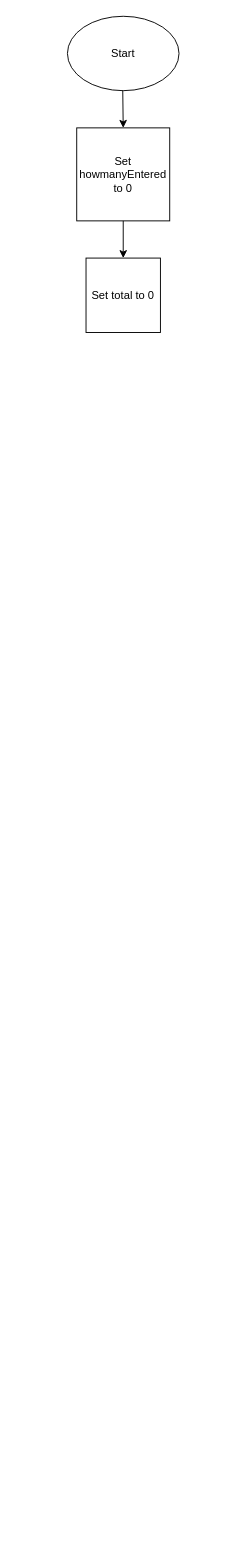
Above: Untitled Diagram.drawio in tcorcoran19/CS-104-01 (draw.io), before the change. Source tidied: cells renumbered, new cells numbered last; positions are measured from the earlier drawing's top-left corner, leaving out a move shared by most shapes. Both pictures are drawn from the tidied source at 93%, with x=0, y=0 at pixel (67, 16).
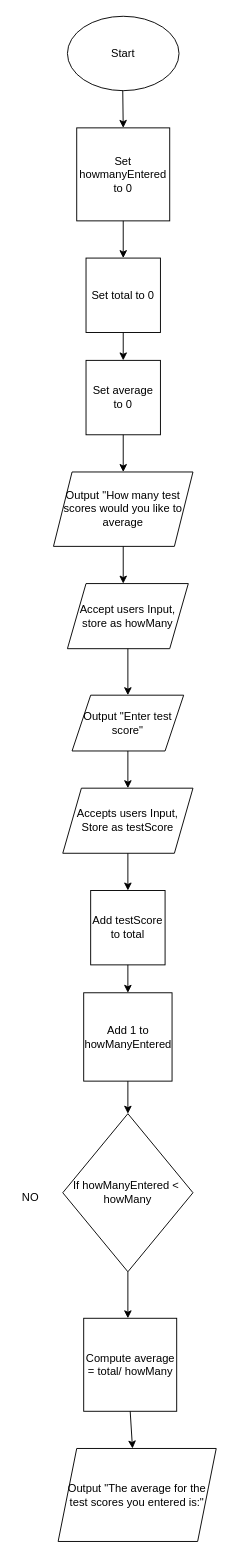
After the change.

The change refers to these unchanged cells:
```xml
<mxCell id="6" value="Set total to 0" style="whiteSpace=wrap;html=1;" parent="1" vertex="1">
  <mxGeometry x="20" y="260" width="80" height="80" as="geometry" />
</mxCell>
```

The edit, as a diff of the source:
```diff
@@
+    <mxCell id="7" style="endArrow=classic;html=1;exitX=0.5;exitY=1;exitDx=0;exitDy=0;" parent="1" edge="1" source="6">
+      <mxGeometry relative="1" as="geometry">
+        <mxPoint x="60" y="370" as="targetPoint" />
+      </mxGeometry>
+    </mxCell>
+    <mxCell id="8" value="Set average to 0" style="whiteSpace=wrap;html=1;" parent="1" vertex="1">
+      <mxGeometry x="20" y="370" width="80" height="80" as="geometry" />
+    </mxCell>
+    <mxCell id="9" style="endArrow=classic;html=1;exitX=0.5;exitY=1;exitDx=0;exitDy=0;" parent="1" edge="1" source="8">
+      <mxGeometry relative="1" as="geometry">
+        <mxPoint x="60" y="490" as="targetPoint" />
+      </mxGeometry>
+    </mxCell>
+    <mxCell id="10" value="Output &quot;How many test scores would you like to average" style="shape=parallelogram;perimeter=parallelogramPerimeter;whiteSpace=wrap;html=1;fixedSize=1;" parent="1" vertex="1">
+      <mxGeometry x="-15" y="490" width="150" height="80" as="geometry" />
+    </mxCell>
+    <mxCell id="11" style="endArrow=classic;html=1;exitX=0.5;exitY=1;exitDx=0;exitDy=0;" parent="1" edge="1" source="10">
+      <mxGeometry relative="1" as="geometry">
+        <mxPoint x="60" y="610" as="targetPoint" />
+      </mxGeometry>
+    </mxCell>
+    <mxCell id="12" value="Accept users Input, store as howMany" style="shape=parallelogram;perimeter=parallelogramPerimeter;whiteSpace=wrap;html=1;fixedSize=1;" parent="1" vertex="1">
+      <mxGeometry y="610" width="130" height="70" as="geometry" />
+    </mxCell>
+    <mxCell id="13" style="endArrow=classic;html=1;exitX=0.5;exitY=1;exitDx=0;exitDy=0;" parent="1" edge="1" source="12">
+      <mxGeometry relative="1" as="geometry">
+        <mxPoint x="65" y="730" as="targetPoint" />
+      </mxGeometry>
+    </mxCell>
+    <mxCell id="14" value="Output &quot;Enter test score&quot;" style="shape=parallelogram;perimeter=parallelogramPerimeter;whiteSpace=wrap;html=1;fixedSize=1;" parent="1" vertex="1">
+      <mxGeometry x="5" y="730" width="120" height="60" as="geometry" />
+    </mxCell>
+    <mxCell id="15" style="endArrow=classic;html=1;exitX=0.5;exitY=1;exitDx=0;exitDy=0;" parent="1" edge="1" source="14">
+      <mxGeometry relative="1" as="geometry">
+        <mxPoint x="65" y="830" as="targetPoint" />
+      </mxGeometry>
+    </mxCell>
+    <mxCell id="16" value="Accepts users Input, Store as testScore" style="shape=parallelogram;perimeter=parallelogramPerimeter;whiteSpace=wrap;html=1;fixedSize=1;" parent="1" vertex="1">
+      <mxGeometry x="-5" y="830" width="140" height="70" as="geometry" />
+    </mxCell>
+    <mxCell id="17" value="Add testScore to total" style="whiteSpace=wrap;html=1;" parent="1" vertex="1">
+      <mxGeometry x="25" y="940" width="80" height="80" as="geometry" />
+    </mxCell>
+    <mxCell id="18" style="endArrow=classic;html=1;exitX=0.5;exitY=1;exitDx=0;exitDy=0;entryX=0.5;entryY=0;entryDx=0;entryDy=0;" parent="1" edge="1" source="16" target="17">
+      <mxGeometry relative="1" as="geometry" />
+    </mxCell>
+    <mxCell id="19" style="endArrow=classic;html=1;exitX=0.5;exitY=1;exitDx=0;exitDy=0;" parent="1" edge="1" source="17">
+      <mxGeometry relative="1" as="geometry">
+        <mxPoint x="65" y="1050" as="targetPoint" />
+      </mxGeometry>
+    </mxCell>
+    <mxCell id="20" value="Add 1 to howManyEntered" style="whiteSpace=wrap;html=1;" parent="1" vertex="1">
+      <mxGeometry x="17.5" y="1050" width="95" height="95" as="geometry" />
+    </mxCell>
+    <mxCell id="21" style="endArrow=classic;html=1;exitX=0.5;exitY=1;exitDx=0;exitDy=0;" parent="1" edge="1" source="20">
+      <mxGeometry relative="1" as="geometry">
+        <mxPoint x="65" y="1180" as="targetPoint" />
+      </mxGeometry>
+    </mxCell>
+    <mxCell id="22" value="If howManyEntered &amp;lt;&amp;nbsp; howMany" style="rhombus;whiteSpace=wrap;html=1;" parent="1" vertex="1">
+      <mxGeometry x="-5" y="1180" width="140" height="170" as="geometry" />
+    </mxCell>
+    <mxCell id="23" value="NO" style="text;html=1;align=center;verticalAlign=middle;" parent="1" vertex="1">
+      <mxGeometry x="-55" y="1260" width="30" height="20" as="geometry" />
+    </mxCell>
+    <mxCell id="24" style="endArrow=classic;html=1;exitX=0.5;exitY=1;exitDx=0;exitDy=0;" parent="1" edge="1" source="22">
+      <mxGeometry relative="1" as="geometry">
+        <mxPoint x="65" y="1400" as="targetPoint" />
+      </mxGeometry>
+    </mxCell>
+    <mxCell id="25" value="Compute average = total/ howMany" style="whiteSpace=wrap;html=1;" parent="1" vertex="1">
+      <mxGeometry x="17.5" y="1400" width="100" height="100" as="geometry" />
+    </mxCell>
+    <mxCell id="26" style="endArrow=classic;html=1;exitX=0.5;exitY=1;exitDx=0;exitDy=0;" parent="1" edge="1" source="25">
+      <mxGeometry relative="1" as="geometry">
+        <mxPoint x="70" y="1540" as="targetPoint" />
+      </mxGeometry>
+    </mxCell>
+    <mxCell id="27" value="Output &quot;The average for the test scores you entered is:&quot;" style="shape=parallelogram;perimeter=parallelogramPerimeter;whiteSpace=wrap;html=1;fixedSize=1;" parent="1" vertex="1">
+      <mxGeometry x="-10" y="1540" width="170" height="100" as="geometry" />
+    </mxCell>
```
